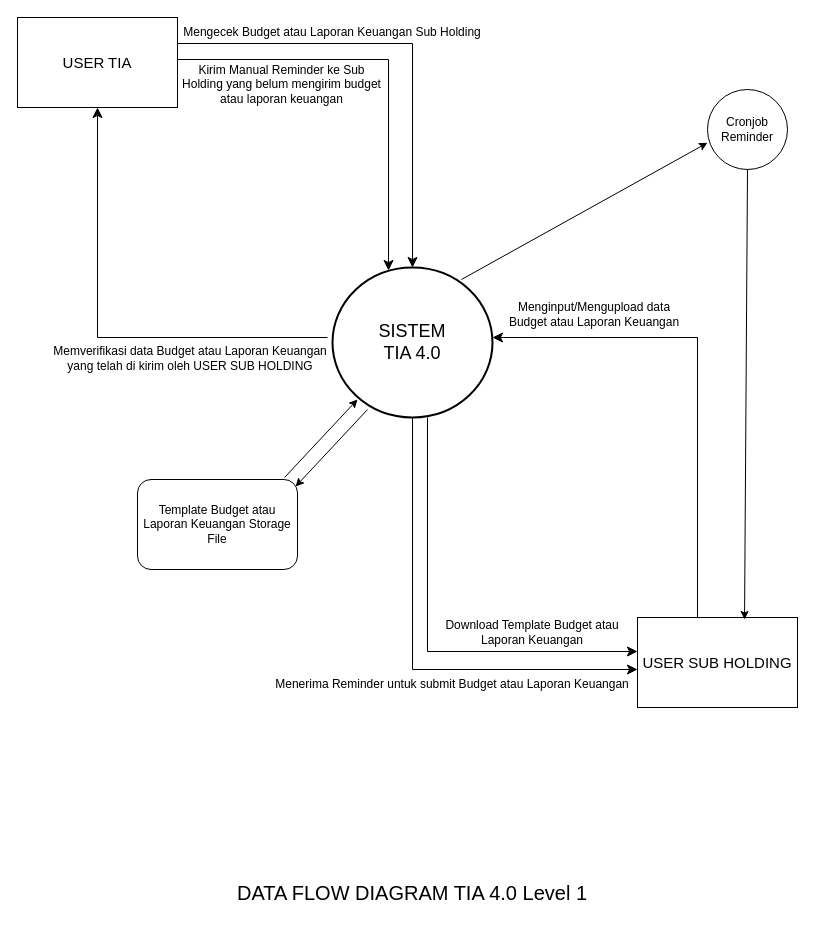
Earlier version of the draw.io diagram page "DataFlowDiagram(Lvl.1)" (3 of 3) of TIA.drawio (ardyardyaaan/spring-06-pos). Source tidied: cells renumbered, new cells numbered last; positions are measured from the earlier drawing's top-left corner, leaving out a move shared by most shapes. Both pictures are drawn from the tidied source at 100%, with x=0, y=0 at pixel (17, 17).
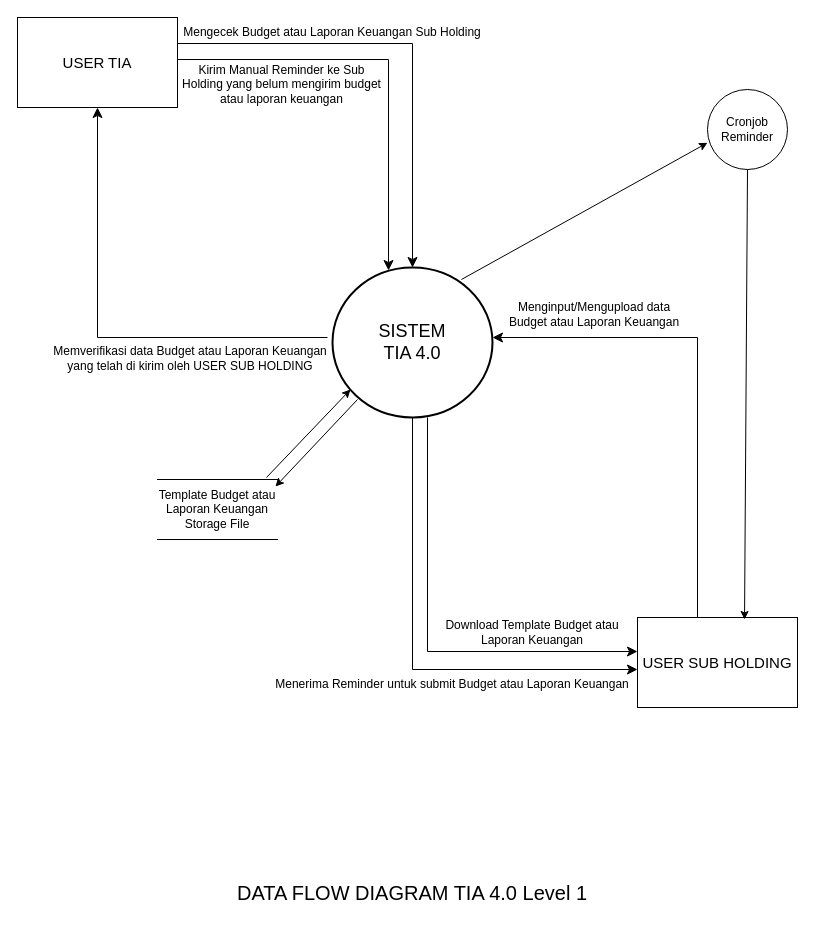
After the change.

Unchanged cells that the change refers to:
```xml
<mxCell id="2" value="&lt;font style=&quot;font-size: 18px;&quot;&gt;SISTEM&lt;br&gt;TIA 4.0&lt;/font&gt;" style="strokeWidth=2;html=1;shape=mxgraph.flowchart.start_2;whiteSpace=wrap;" parent="1" vertex="1">
  <mxGeometry x="315" y="250" width="160" height="150" as="geometry" />
</mxCell>
```

Diff of the diagram source:
```diff
@@
-    <mxCell id="20" value="Template Budget atau Laporan Keuangan Storage File" style="rounded=1;whiteSpace=wrap;html=1;" parent="1" vertex="1">
-      <mxGeometry x="120" y="462" width="160" height="90" as="geometry" />
-    </mxCell>
-    <mxCell id="21" style="endArrow=classic;html=1;rounded=0;exitX=0.919;exitY=-0.022;exitDx=0;exitDy=0;exitPerimeter=0;" parent="1" edge="1" source="20">
+    <mxCell id="21" style="endArrow=classic;html=1;rounded=0;exitX=0.908;exitY=-0.033;exitDx=0;exitDy=0;exitPerimeter=0;" parent="1" edge="1" source="20">
       <mxGeometry relative="1" as="geometry">
-        <mxPoint x="340" y="382" as="targetPoint" />
+        <mxPoint x="333" y="372" as="targetPoint" />
       </mxGeometry>
     </mxCell>
-    <mxCell id="22" style="endArrow=classic;html=1;rounded=0;entryX=0.988;entryY=0.078;entryDx=0;entryDy=0;entryPerimeter=0;exitX=0.219;exitY=0.947;exitDx=0;exitDy=0;exitPerimeter=0;" parent="1" edge="1" source="2" target="20">
-      <mxGeometry relative="1" as="geometry" />
+    <mxCell id="22" style="endArrow=classic;html=1;rounded=0;entryX=0.983;entryY=0.117;entryDx=0;entryDy=0;entryPerimeter=0;" parent="1" edge="1" target="20">
+      <mxGeometry relative="1" as="geometry">
+        <mxPoint x="340" y="382" as="sourcePoint" />
+      </mxGeometry>
     </mxCell>
@@
+    <mxCell id="20" value="Template Budget atau Laporan Keuangan Storage File" style="shape=partialRectangle;whiteSpace=wrap;html=1;left=0;right=0;fillColor=none;" parent="1" vertex="1">
+      <mxGeometry x="140" y="462" width="120" height="60" as="geometry" />
+    </mxCell>
```
